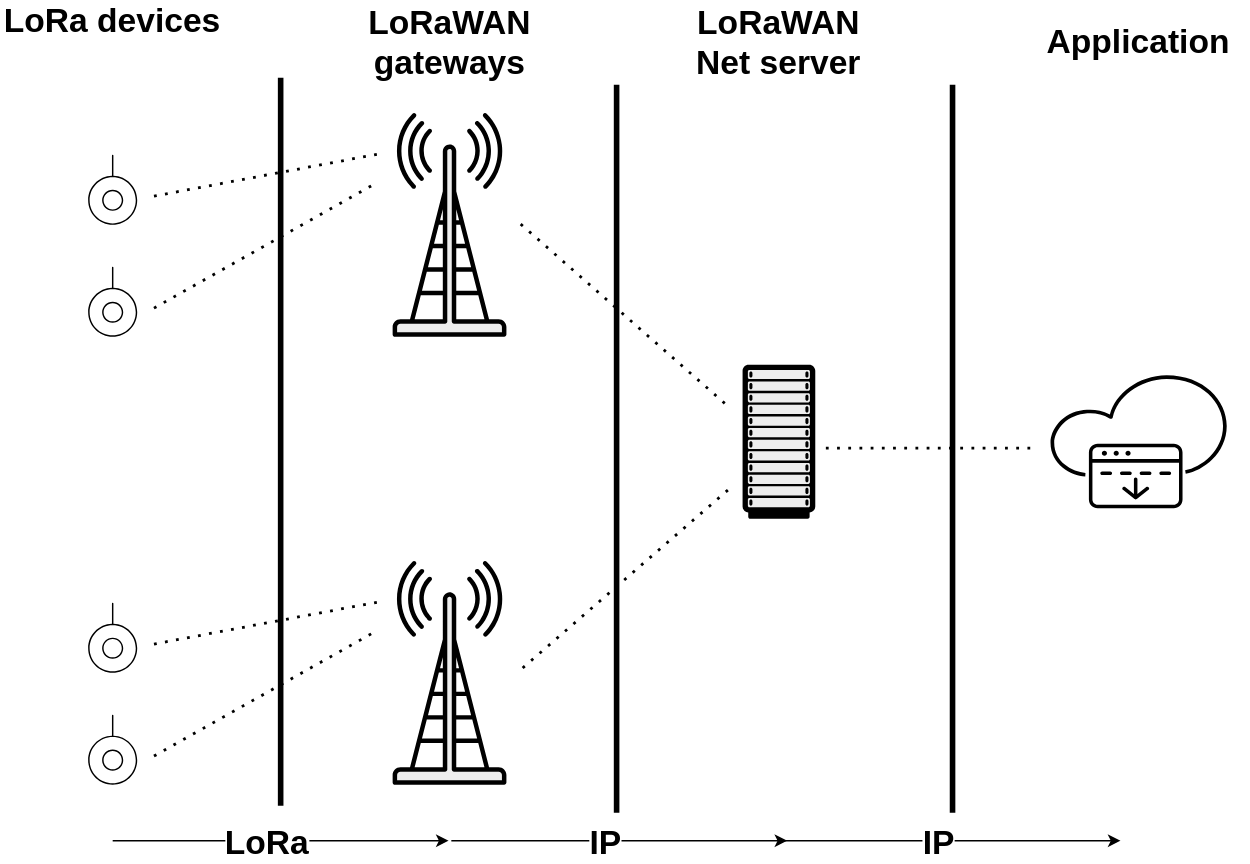
Before: Figures/introduction/lorawan_setup.svg, a diagram exported from draw.io (Mikkelnn/ES8-Project). Source tidied: cells renumbered, new cells last; positions are measured from the earlier drawing's top-left corner, leaving out a move shared by most shapes. The source it was exported from:
```xml
<mxGraphModel>
  <root>
    <mxCell id="0" />
    <mxCell id="1" parent="0" />
    <mxCell id="2" style="shape=mxgraph.networks2.icon;fillColor=#EDEDED;strokeColor=#000000;gradientColor=#5B6163;network2IconShadow=1;network2bgFillColor=none;labelPosition=center;verticalLabelPosition=bottom;align=center;verticalAlign=top;network2Icon=mxgraph.networks2.antenna;network2IconYOffset=0.0004;network2IconW=0.508;network2IconH=0.9997;" parent="1" vertex="1">
      <mxGeometry x="280" y="80" width="81.3" height="160" as="geometry" />
    </mxCell>
    <mxCell id="3" style="shape=mxgraph.networks2.icon;fillColor=#EDEDED;strokeColor=#000000;gradientColor=#5B6163;network2IconShadow=1;network2bgFillColor=none;labelPosition=center;verticalLabelPosition=bottom;align=center;verticalAlign=top;network2Icon=mxgraph.networks2.rack_cabinet;network2IconW=0.4721;network2IconH=1;" parent="1" vertex="1">
      <mxGeometry x="530" y="260" width="51.9" height="110" as="geometry" />
    </mxCell>
    <mxCell id="4" style="shape=mxgraph.networks2.icon;fillColor=#EDEDED;strokeColor=#000000;gradientColor=#5B6163;network2IconShadow=1;network2bgFillColor=none;labelPosition=center;verticalLabelPosition=bottom;align=center;verticalAlign=top;network2Icon=mxgraph.networks2.antenna;network2IconYOffset=0.0004;network2IconW=0.508;network2IconH=0.9997;" parent="1" vertex="1">
      <mxGeometry x="280" y="400" width="81.3" height="160" as="geometry" />
    </mxCell>
    <mxCell id="5" style="sketch=0;verticalLabelPosition=bottom;sketch=0;html=1;verticalAlign=top;strokeColor=none;fillColor=#000000;align=center;shape=mxgraph.citrix2.beacon;rotation=-180;" parent="1" vertex="1">
      <mxGeometry x="62.5" y="190" width="35" height="50" as="geometry" />
    </mxCell>
    <mxCell id="6" style="sketch=0;verticalLabelPosition=bottom;sketch=0;html=1;verticalAlign=top;strokeColor=none;fillColor=#000000;align=center;shape=mxgraph.citrix2.global_app_configuration_service;" parent="1" vertex="1">
      <mxGeometry x="750" y="267.5" width="125.9" height="94.9" as="geometry" />
    </mxCell>
    <mxCell id="7" style="sketch=0;verticalLabelPosition=bottom;sketch=0;html=1;verticalAlign=top;strokeColor=none;fillColor=#000000;align=center;shape=mxgraph.citrix2.beacon;rotation=-180;" parent="1" vertex="1">
      <mxGeometry x="62.5" y="510" width="35" height="50" as="geometry" />
    </mxCell>
    <mxCell id="8" style="sketch=0;verticalLabelPosition=bottom;sketch=0;html=1;verticalAlign=top;strokeColor=none;fillColor=#000000;align=center;shape=mxgraph.citrix2.beacon;rotation=-180;" parent="1" vertex="1">
      <mxGeometry x="62.5" y="430" width="35" height="50" as="geometry" />
    </mxCell>
    <mxCell id="9" style="sketch=0;verticalLabelPosition=bottom;sketch=0;html=1;verticalAlign=top;strokeColor=none;fillColor=#000000;align=center;shape=mxgraph.citrix2.beacon;rotation=-180;" parent="1" vertex="1">
      <mxGeometry x="62.5" y="110" width="35" height="50" as="geometry" />
    </mxCell>
    <mxCell id="10" style="endArrow=none;dashed=1;html=1;dashPattern=1 3;strokeWidth=2;rounded=0;" parent="1" edge="1">
      <mxGeometry relative="1" as="geometry">
        <mxPoint x="110" y="140" as="sourcePoint" />
        <mxPoint x="270" y="110" as="targetPoint" />
      </mxGeometry>
    </mxCell>
    <mxCell id="11" style="endArrow=none;dashed=1;html=1;dashPattern=1 3;strokeWidth=2;rounded=0;" parent="1" edge="1">
      <mxGeometry relative="1" as="geometry">
        <mxPoint x="110" y="220" as="sourcePoint" />
        <mxPoint x="270" y="130" as="targetPoint" />
      </mxGeometry>
    </mxCell>
    <mxCell id="12" style="endArrow=none;dashed=1;html=1;dashPattern=1 3;strokeWidth=2;rounded=0;" parent="1" edge="1">
      <mxGeometry relative="1" as="geometry">
        <mxPoint x="110" y="460" as="sourcePoint" />
        <mxPoint x="270" y="430" as="targetPoint" />
      </mxGeometry>
    </mxCell>
    <mxCell id="13" style="endArrow=none;dashed=1;html=1;dashPattern=1 3;strokeWidth=2;rounded=0;" parent="1" edge="1">
      <mxGeometry relative="1" as="geometry">
        <mxPoint x="110" y="540" as="sourcePoint" />
        <mxPoint x="270" y="450" as="targetPoint" />
      </mxGeometry>
    </mxCell>
    <mxCell id="14" style="endArrow=none;dashed=1;html=1;dashPattern=1 3;strokeWidth=2;rounded=0;" parent="1" edge="1">
      <mxGeometry relative="1" as="geometry">
        <mxPoint x="372" y="160" as="sourcePoint" />
        <mxPoint x="520" y="290" as="targetPoint" />
      </mxGeometry>
    </mxCell>
    <mxCell id="15" style="endArrow=none;dashed=1;html=1;dashPattern=1 3;strokeWidth=2;rounded=0;" parent="1" edge="1">
      <mxGeometry relative="1" as="geometry">
        <mxPoint x="520" y="350" as="sourcePoint" />
        <mxPoint x="370" y="480" as="targetPoint" />
      </mxGeometry>
    </mxCell>
    <mxCell id="16" style="endArrow=none;html=1;rounded=0;strokeWidth=4;" parent="1" edge="1">
      <mxGeometry relative="1" as="geometry">
        <mxPoint x="200" y="575" as="sourcePoint" />
        <mxPoint x="200" y="55" as="targetPoint" />
      </mxGeometry>
    </mxCell>
    <mxCell id="17" style="endArrow=none;dashed=1;html=1;dashPattern=1 3;strokeWidth=2;rounded=0;" parent="1" edge="1">
      <mxGeometry relative="1" as="geometry">
        <mxPoint x="590" y="320" as="sourcePoint" />
        <mxPoint x="740" y="320" as="targetPoint" />
      </mxGeometry>
    </mxCell>
    <mxCell id="18" style="endArrow=none;html=1;rounded=0;strokeWidth=4;" parent="1" edge="1">
      <mxGeometry relative="1" as="geometry">
        <mxPoint x="440" y="580" as="sourcePoint" />
        <mxPoint x="440" y="60" as="targetPoint" />
      </mxGeometry>
    </mxCell>
    <mxCell id="19" style="endArrow=none;html=1;rounded=0;strokeWidth=4;" parent="1" edge="1">
      <mxGeometry relative="1" as="geometry">
        <mxPoint x="680" y="580" as="sourcePoint" />
        <mxPoint x="680" y="60" as="targetPoint" />
      </mxGeometry>
    </mxCell>
    <mxCell id="20" value="&lt;font style=&quot;font-size: 24px;&quot;&gt;&lt;b&gt;LoRa devices&lt;/b&gt;&lt;/font&gt;" style="text;html=1;whiteSpace=wrap;strokeColor=none;fillColor=none;align=center;verticalAlign=middle;rounded=0;" parent="1" vertex="1">
      <mxGeometry width="160" height="30" as="geometry" />
    </mxCell>
    <mxCell id="21" value="&lt;font style=&quot;font-size: 24px;&quot;&gt;&lt;b&gt;LoRaWAN gateways&lt;/b&gt;&lt;/font&gt;" style="text;html=1;whiteSpace=wrap;strokeColor=none;fillColor=none;align=center;verticalAlign=middle;rounded=0;" parent="1" vertex="1">
      <mxGeometry x="240.6" width="160" height="60" as="geometry" />
    </mxCell>
    <mxCell id="22" value="&lt;font style=&quot;font-size: 24px;&quot;&gt;&lt;b&gt;LoRaWAN Net server&lt;/b&gt;&lt;/font&gt;" style="text;html=1;whiteSpace=wrap;strokeColor=none;fillColor=none;align=center;verticalAlign=middle;rounded=0;" parent="1" vertex="1">
      <mxGeometry x="476" width="160" height="60" as="geometry" />
    </mxCell>
    <mxCell id="23" value="&lt;font style=&quot;font-size: 24px;&quot;&gt;&lt;b&gt;Application&lt;/b&gt;&lt;/font&gt;" style="text;html=1;whiteSpace=wrap;strokeColor=none;fillColor=none;align=center;verticalAlign=middle;rounded=0;" parent="1" vertex="1">
      <mxGeometry x="732.9" width="160" height="60" as="geometry" />
    </mxCell>
    <mxCell id="24" style="endArrow=classic;html=1;rounded=0;" parent="1" edge="1">
      <mxGeometry relative="1" as="geometry">
        <mxPoint x="80" y="600" as="sourcePoint" />
        <mxPoint x="320" y="600" as="targetPoint" />
      </mxGeometry>
    </mxCell>
    <mxCell id="25" value="&lt;font style=&quot;font-size: 24px;&quot;&gt;&lt;b&gt;LoRa&lt;/b&gt;&lt;/font&gt;" style="edgeLabel;html=1;align=center;verticalAlign=middle;" parent="24" vertex="1">
      <mxGeometry x="-0.09" y="-1" relative="1" as="geometry" />
    </mxCell>
    <mxCell id="26" style="endArrow=classic;html=1;rounded=0;" parent="1" edge="1">
      <mxGeometry relative="1" as="geometry">
        <mxPoint x="321.9" y="600" as="sourcePoint" />
        <mxPoint x="561.9" y="600" as="targetPoint" />
      </mxGeometry>
    </mxCell>
    <mxCell id="27" value="&lt;font style=&quot;font-size: 24px;&quot;&gt;&lt;b&gt;IP&lt;/b&gt;&lt;/font&gt;" style="edgeLabel;html=1;align=center;verticalAlign=middle;" parent="26" vertex="1">
      <mxGeometry x="-0.09" y="-1" relative="1" as="geometry" />
    </mxCell>
    <mxCell id="28" style="endArrow=classic;html=1;rounded=0;" parent="1" edge="1">
      <mxGeometry relative="1" as="geometry">
        <mxPoint x="560" y="600" as="sourcePoint" />
        <mxPoint x="800" y="600" as="targetPoint" />
      </mxGeometry>
    </mxCell>
    <mxCell id="29" value="&lt;font style=&quot;font-size: 24px;&quot;&gt;&lt;b&gt;IP&lt;/b&gt;&lt;/font&gt;" style="edgeLabel;html=1;align=center;verticalAlign=middle;" parent="28" vertex="1">
      <mxGeometry x="-0.09" y="-1" relative="1" as="geometry" />
    </mxCell>
  </root>
</mxGraphModel>
```
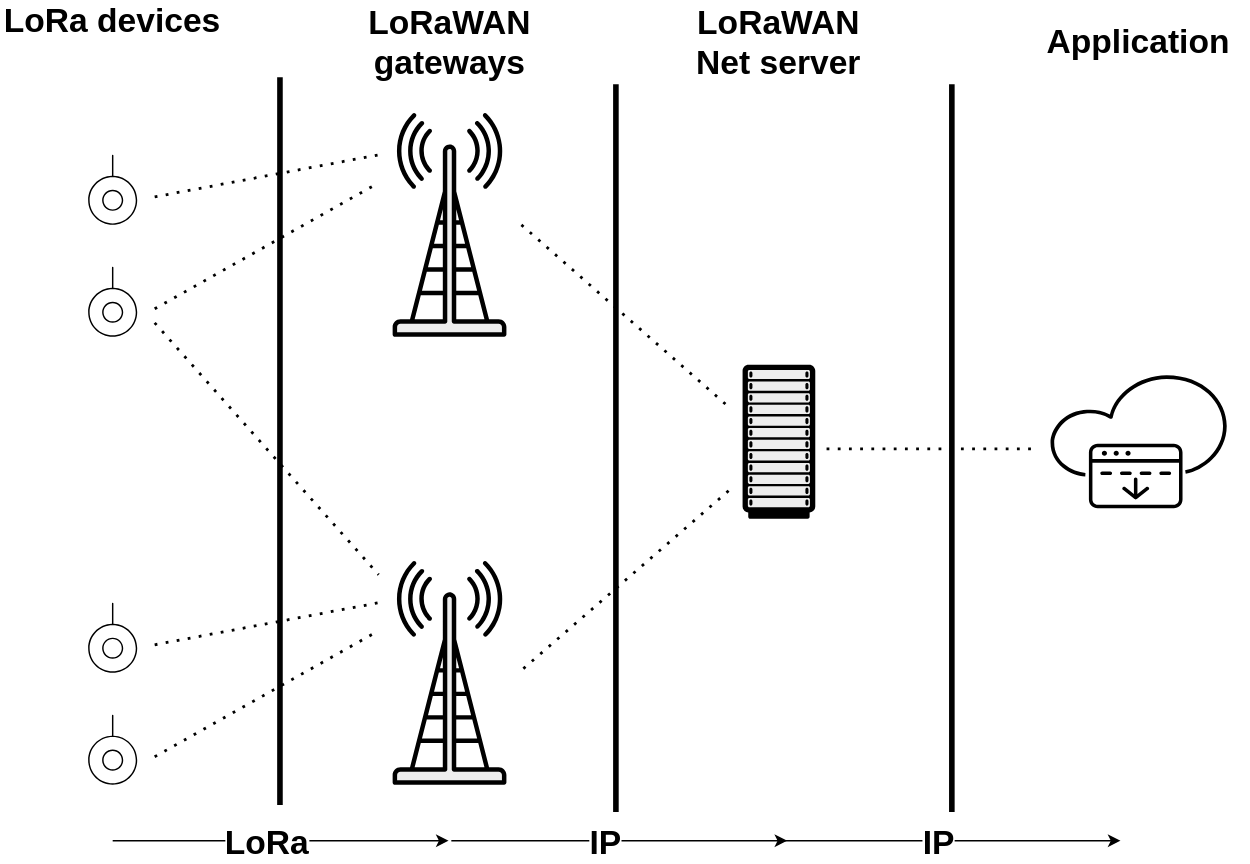
Above is the later version.

Commit message:
updated figure lorawan

What changed in the source:
```diff
@@ -125,5 +125,11 @@
     <mxCell id="29" value="&lt;font style=&quot;font-size: 24px;&quot;&gt;&lt;b&gt;IP&lt;/b&gt;&lt;/font&gt;" style="edgeLabel;html=1;align=center;verticalAlign=middle;" parent="28" vertex="1">
       <mxGeometry x="-0.09" y="-1" relative="1" as="geometry" />
     </mxCell>
+    <mxCell id="30" style="endArrow=none;dashed=1;html=1;dashPattern=1 3;strokeWidth=2;rounded=0;" parent="1" edge="1">
+      <mxGeometry relative="1" as="geometry">
+        <mxPoint x="110" y="230" as="sourcePoint" />
+        <mxPoint x="270" y="410" as="targetPoint" />
+      </mxGeometry>
+    </mxCell>
   </root>
 </mxGraphModel>
```
